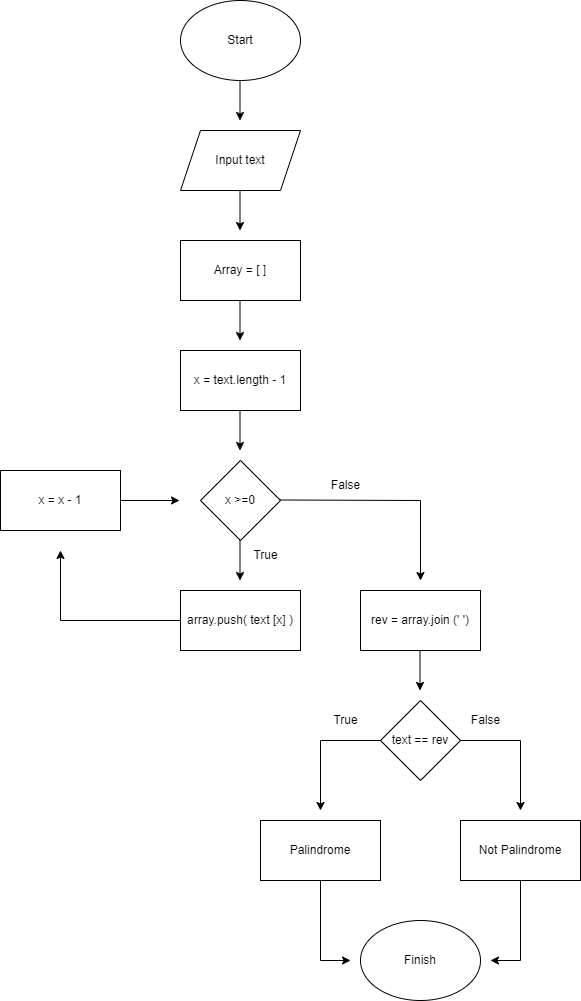
This is Task 1 A - FlowchartPalindrome.png from aberizuki/Week-2---JavaScript, a draw.io export, as it was before one commit. Source tidied: cells renumbered, new cells last; positions are measured from the earlier drawing's top-left corner, leaving out a move shared by most shapes.
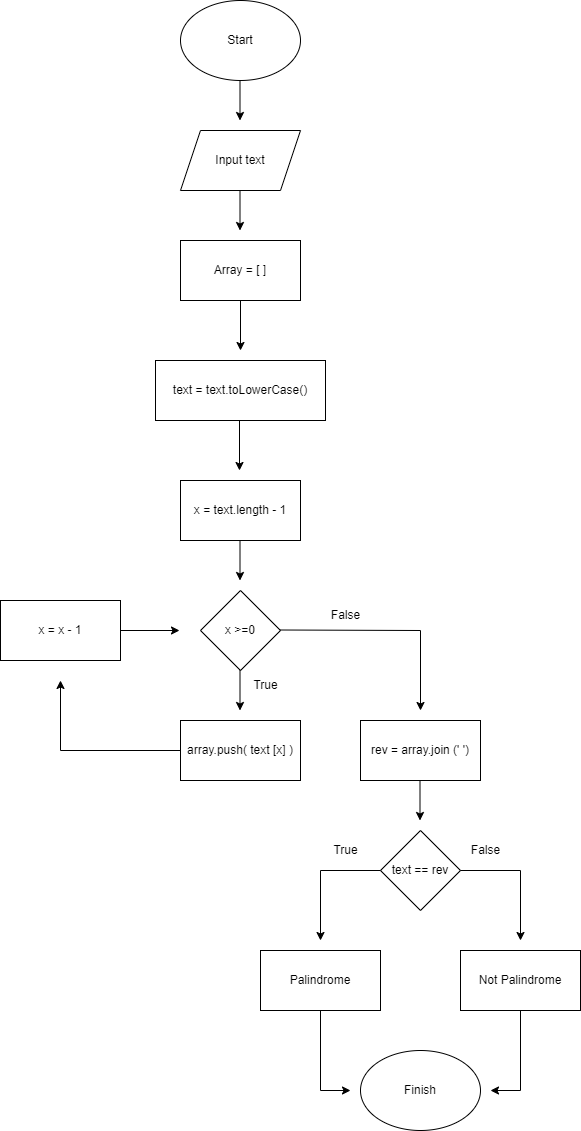
After the commit.

What changed in the source:
```diff
@@ -3,13 +3,18 @@
     <mxCell id="0" />
     <mxCell id="1" parent="0" />
     <mxCell id="2" value="Start" style="ellipse;whiteSpace=wrap;html=1;" parent="1" vertex="1">
-      <mxGeometry x="180" width="120" height="80" as="geometry" />
+      <mxGeometry x="180" y="-130" width="120" height="80" as="geometry" />
     </mxCell>
     <mxCell id="3" value="Input text" style="shape=parallelogram;perimeter=parallelogramPerimeter;whiteSpace=wrap;html=1;fixedSize=1;" parent="1" vertex="1">
-      <mxGeometry x="180" y="130" width="120" height="60" as="geometry" />
+      <mxGeometry x="180" width="120" height="60" as="geometry" />
     </mxCell>
+    <mxCell id="31" style="edgeStyle=orthogonalEdgeStyle;rounded=0;jettySize=auto;html=1;" parent="1" edge="1" source="4">
+      <mxGeometry relative="1" as="geometry">
+        <mxPoint x="240" y="220" as="targetPoint" />
+      </mxGeometry>
+    </mxCell>
     <mxCell id="4" value="Array = [ ]" style="rounded=0;whiteSpace=wrap;html=1;" parent="1" vertex="1">
-      <mxGeometry x="180" y="240" width="120" height="60" as="geometry" />
+      <mxGeometry x="180" y="110" width="120" height="60" as="geometry" />
     </mxCell>
     <mxCell id="5" value="x = text.length - 1" style="rounded=0;whiteSpace=wrap;html=1;" parent="1" vertex="1">
       <mxGeometry x="180" y="350" width="120" height="60" as="geometry" />
@@ -19,22 +24,16 @@
     </mxCell>
     <mxCell id="7" style="endArrow=classic;html=1;rounded=0;" parent="1" edge="1">
       <mxGeometry relative="1" as="geometry">
-        <mxPoint x="239.5" y="80" as="sourcePoint" />
-        <mxPoint x="239.5" y="120" as="targetPoint" />
+        <mxPoint x="239.5" y="-50" as="sourcePoint" />
+        <mxPoint x="239.5" y="-10" as="targetPoint" />
       </mxGeometry>
     </mxCell>
     <mxCell id="8" style="endArrow=classic;html=1;rounded=0;" parent="1" edge="1">
       <mxGeometry relative="1" as="geometry">
-        <mxPoint x="239.5" y="190" as="sourcePoint" />
-        <mxPoint x="239.5" y="230" as="targetPoint" />
+        <mxPoint x="239.5" y="60" as="sourcePoint" />
+        <mxPoint x="239.5" y="100" as="targetPoint" />
       </mxGeometry>
     </mxCell>
-    <mxCell id="9" style="endArrow=classic;html=1;rounded=0;" parent="1" edge="1">
-      <mxGeometry relative="1" as="geometry">
-        <mxPoint x="239.5" y="300" as="sourcePoint" />
-        <mxPoint x="239.5" y="340" as="targetPoint" />
-      </mxGeometry>
-    </mxCell>
     <mxCell id="10" style="endArrow=classic;html=1;rounded=0;" parent="1" edge="1">
       <mxGeometry relative="1" as="geometry">
         <mxPoint x="239.5" y="410" as="sourcePoint" />
@@ -143,5 +142,14 @@
         </Array>
       </mxGeometry>
     </mxCell>
+    <mxCell id="32" value="text = text.toLowerCase()" style="rounded=0;whiteSpace=wrap;html=1;" parent="1" vertex="1">
+      <mxGeometry x="155" y="230" width="170" height="60" as="geometry" />
+    </mxCell>
+    <mxCell id="33" style="edgeStyle=orthogonalEdgeStyle;rounded=0;orthogonalLoop=1;jettySize=auto;html=1;" parent="1" edge="1">
+      <mxGeometry relative="1" as="geometry">
+        <mxPoint x="239" y="290" as="sourcePoint" />
+        <mxPoint x="239" y="340" as="targetPoint" />
+      </mxGeometry>
+    </mxCell>
   </root>
 </mxGraphModel>
```
